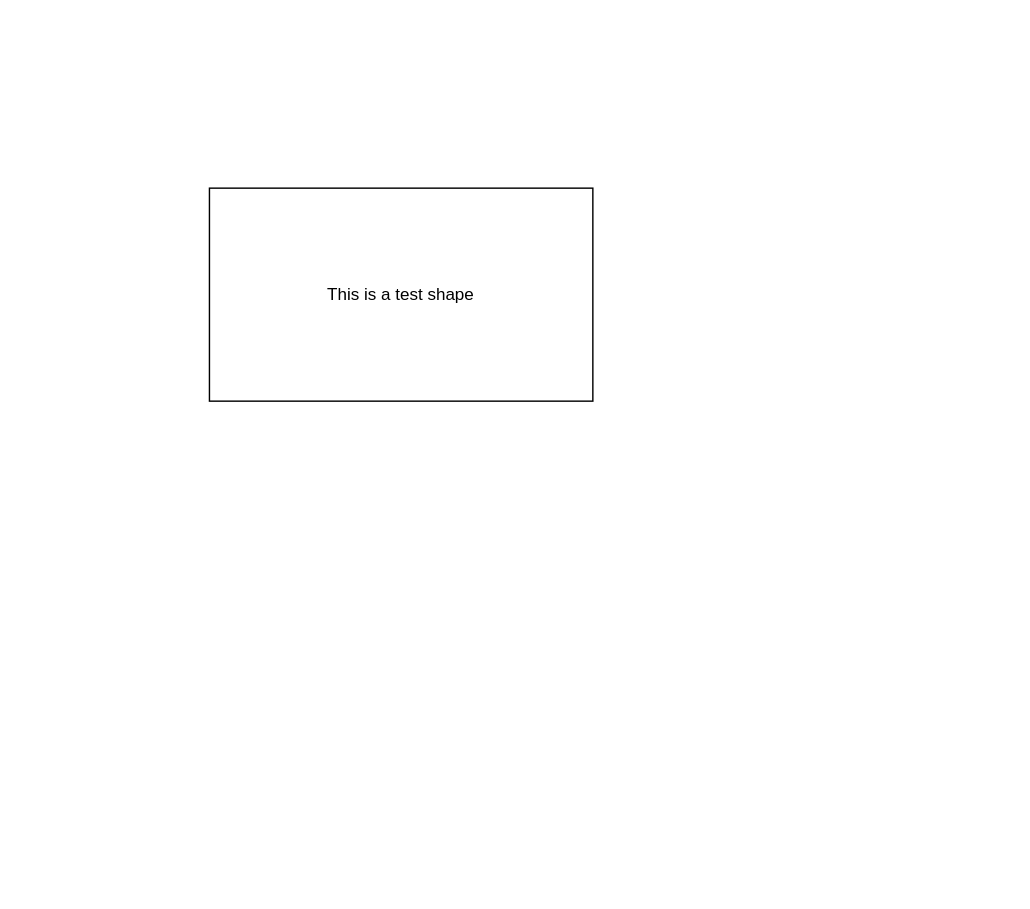
Above: My-team-test-diagram.drawio in lhf552004/my-team-test-repo (draw.io), before the change. Source tidied: cells renumbered, new cells numbered last; positions are measured from the earlier drawing's top-left corner, leaving out a move shared by most shapes. Both pictures are drawn from the tidied source at 142%, with x=0, y=0 at pixel (209, 187).
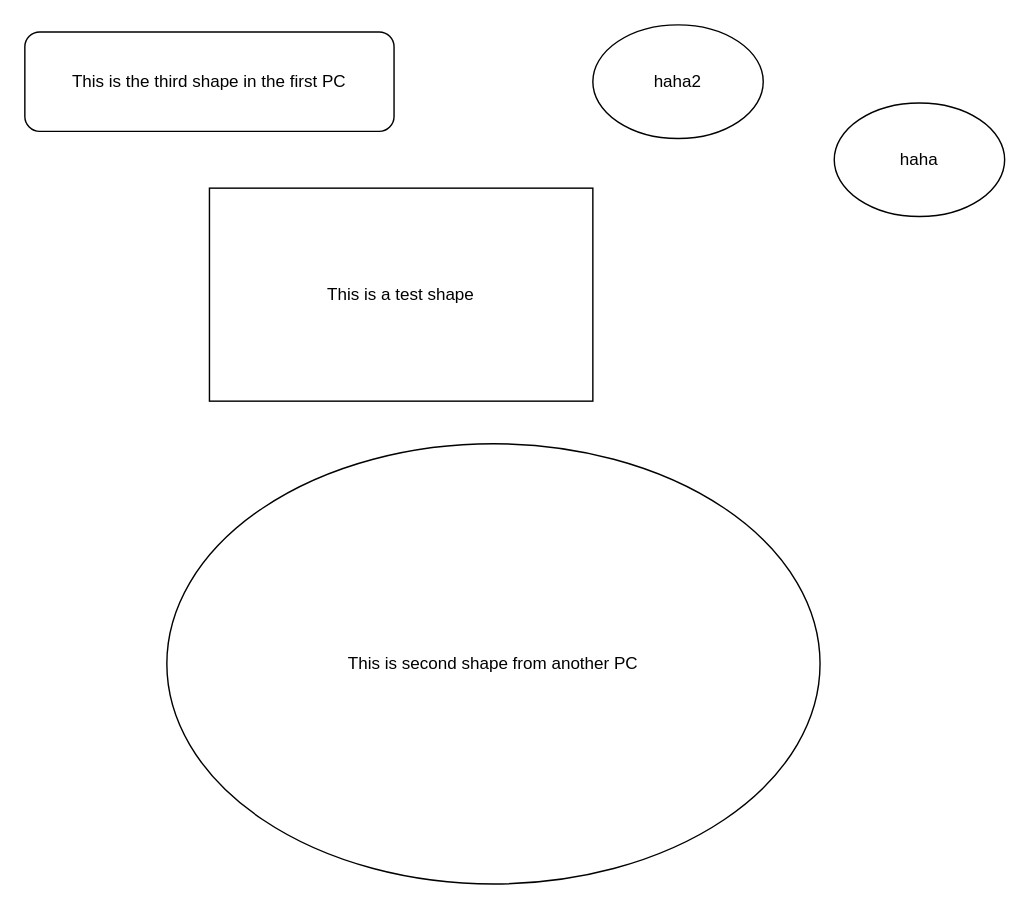
The same page after the edit.

Diff of the diagram source:
```diff
@@
 <mxGraphModel>
   <root>
     <mxCell id="0" />
     <mxCell id="1" parent="0" />
     <mxCell id="2" value="This is a test shape" style="rounded=0;whiteSpace=wrap;html=1;" parent="1" vertex="1">
       <mxGeometry width="270" height="150" as="geometry" />
     </mxCell>
+    <mxCell id="3" value="This is the third shape in the first PC" style="rounded=1;whiteSpace=wrap;html=1;" parent="1" vertex="1">
+      <mxGeometry x="-130" y="-110" width="260" height="70" as="geometry" />
+    </mxCell>
+    <mxCell id="4" value="This is second shape from another PC" style="ellipse;whiteSpace=wrap;html=1;" parent="1" vertex="1">
+      <mxGeometry x="-30" y="180" width="460" height="310" as="geometry" />
+    </mxCell>
+    <mxCell id="5" value="haha2" style="ellipse;whiteSpace=wrap;html=1;" parent="1" vertex="1">
+      <mxGeometry x="270" y="-115" width="120" height="80" as="geometry" />
+    </mxCell>
+    <mxCell id="6" value="haha" style="ellipse;whiteSpace=wrap;html=1;" parent="1" vertex="1">
+      <mxGeometry x="440" y="-60" width="120" height="80" as="geometry" />
+    </mxCell>
   </root>
 </mxGraphModel>
```
